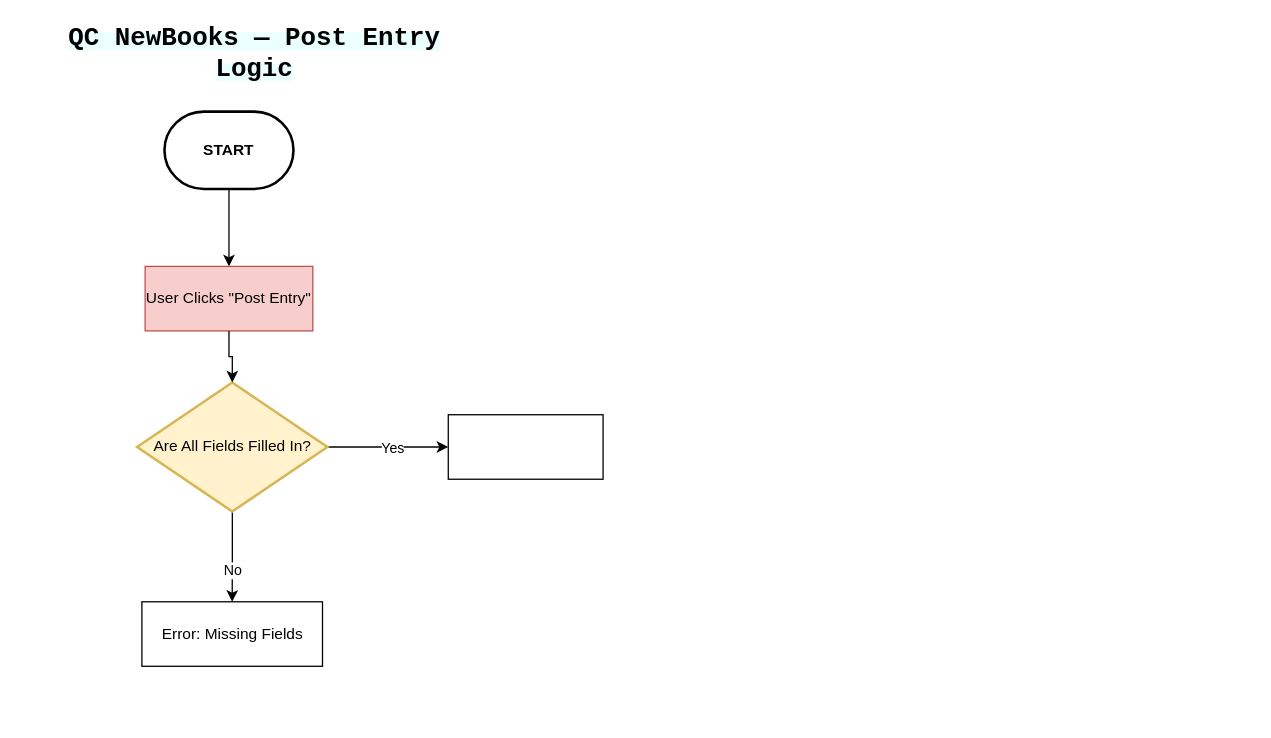
Sriaz0721/diagram-qc-new-books keeps this draw.io diagram as page "Part A — Flowchart." (1 of 2) of QC_NewBooks_Diagrams.drawio. Above is the earlier version. Source tidied: cells renumbered, new cells numbered last; positions are measured from the earlier drawing's top-left corner, leaving out a move shared by most shapes. Both pictures are drawn from the tidied source at 129%, with x=0, y=0 at pixel (22, 34).
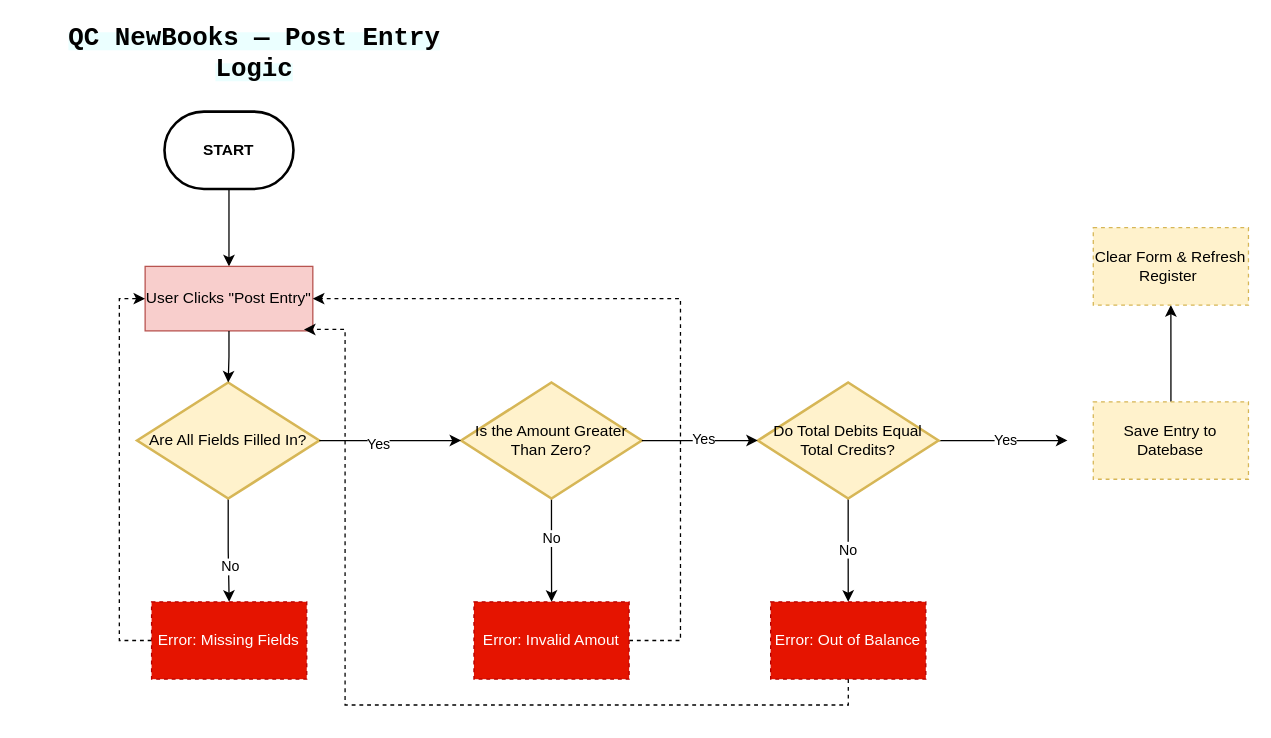
The same page after the edit.

The change refers to these unchanged cells:
```xml
<mxCell id="5" value="User Clicks &quot;Post Entry&quot;" style="html=1;dashed=0;whiteSpace=wrap;fillColor=#f8cecc;strokeColor=#b85450;" parent="1" vertex="1">
  <mxGeometry x="95" y="180" width="130" height="50" as="geometry" />
</mxCell>
```

The edit, as a diff of the source:
```diff
@@
-    <mxCell id="6" style="edgeStyle=orthogonalEdgeStyle;rounded=0;jettySize=auto;html=1;entryX=0;entryY=0.5;entryDx=0;entryDy=0;" parent="1" edge="1" source="10" target="13">
-      <mxGeometry relative="1" as="geometry" />
-    </mxCell>
-    <mxCell id="7" value="Yes" style="edgeLabel;html=1;align=center;verticalAlign=middle;" parent="6" vertex="1">
-      <mxGeometry x="0.06" relative="1" as="geometry" />
-    </mxCell>
@@
     <mxCell id="10" value="Are All Fields Filled In?" style="strokeWidth=2;html=1;shape=mxgraph.flowchart.decision;whiteSpace=wrap;fillColor=#fff2cc;strokeColor=#d6b656;" parent="1" vertex="1">
-      <mxGeometry x="88.8" y="270" width="147.5" height="100" as="geometry" />
+      <mxGeometry x="88.8" y="270" width="141.2" height="90" as="geometry" />
     </mxCell>
@@
+    <mxCell id="14" style="edgeStyle=orthogonalEdgeStyle;rounded=0;jettySize=auto;html=1;entryX=0;entryY=0.5;entryDx=0;entryDy=0;dashed=1;" parent="1" edge="1" source="12" target="5">
+      <mxGeometry relative="1" as="geometry">
+        <Array as="points">
+          <mxPoint x="75" y="470" />
+          <mxPoint x="75" y="205" />
+        </Array>
+      </mxGeometry>
+    </mxCell>
-    <mxCell id="12" value="Error: Missing Fields" style="html=1;dashed=0;whiteSpace=wrap;" parent="1" vertex="1">
-      <mxGeometry x="92.5" y="440" width="140" height="50" as="geometry" />
+    <mxCell id="12" value="Error: Missing Fields" style="html=1;dashed=1;whiteSpace=wrap;fillStyle=auto;fillColor=#e51400;strokeColor=#B20000;fontColor=#ffffff;" parent="1" vertex="1">
+      <mxGeometry x="100" y="440" width="120.3" height="60" as="geometry" />
     </mxCell>
-    <mxCell id="13" style="html=1;dashed=0;whiteSpace=wrap;" parent="1" vertex="1">
-      <mxGeometry x="330" y="295" width="120" height="50" as="geometry" />
-    </mxCell>
+    <mxCell id="15" style="edgeStyle=orthogonalEdgeStyle;rounded=0;jettySize=auto;html=1;" parent="1" edge="1" source="17" target="21">
+      <mxGeometry relative="1" as="geometry" />
+    </mxCell>
+    <mxCell id="16" value="No" style="edgeLabel;html=1;align=center;verticalAlign=middle;" parent="15" vertex="1">
+      <mxGeometry x="-0.25" y="-1" relative="1" as="geometry" />
+    </mxCell>
+    <mxCell id="17" value="Is the Amount Greater Than Zero?" style="strokeWidth=2;html=1;shape=mxgraph.flowchart.decision;whiteSpace=wrap;fillColor=#fff2cc;strokeColor=#d6b656;" parent="1" vertex="1">
+      <mxGeometry x="340" y="270" width="140" height="90" as="geometry" />
+    </mxCell>
+    <mxCell id="18" style="edgeStyle=orthogonalEdgeStyle;rounded=0;jettySize=auto;html=1;exitX=1;exitY=0.5;exitDx=0;exitDy=0;exitPerimeter=0;entryX=0;entryY=0.5;entryDx=0;entryDy=0;entryPerimeter=0;" parent="1" edge="1" source="10" target="17">
+      <mxGeometry relative="1" as="geometry" />
+    </mxCell>
+    <mxCell id="19" value="Yes" style="edgeLabel;html=1;align=center;verticalAlign=middle;" parent="18" vertex="1">
+      <mxGeometry x="-0.18" y="-2" relative="1" as="geometry" />
+    </mxCell>
+    <mxCell id="20" style="edgeStyle=orthogonalEdgeStyle;rounded=0;jettySize=auto;html=1;entryX=1;entryY=0.5;entryDx=0;entryDy=0;dashed=1;" parent="1" edge="1" source="21" target="5">
+      <mxGeometry relative="1" as="geometry">
+        <Array as="points">
+          <mxPoint x="510" y="470" />
+          <mxPoint x="510" y="205" />
+        </Array>
+      </mxGeometry>
+    </mxCell>
+    <mxCell id="21" value="Error: Invalid Amout" style="html=1;dashed=1;whiteSpace=wrap;fillStyle=auto;fillColor=#e51400;strokeColor=#B20000;fontColor=#ffffff;" parent="1" vertex="1">
+      <mxGeometry x="349.9" y="440" width="120.3" height="60" as="geometry" />
+    </mxCell>
+    <mxCell id="22" style="edgeStyle=orthogonalEdgeStyle;rounded=0;jettySize=auto;html=1;" parent="1" edge="1" source="25">
+      <mxGeometry relative="1" as="geometry">
+        <mxPoint x="810" y="315" as="targetPoint" />
+      </mxGeometry>
+    </mxCell>
+    <mxCell id="23" value="Yes" style="edgeLabel;html=1;align=center;verticalAlign=middle;" parent="22" vertex="1">
+      <mxGeometry x="0.03" y="1" relative="1" as="geometry" />
+    </mxCell>
+    <mxCell id="24" value="No" style="edgeStyle=orthogonalEdgeStyle;rounded=0;jettySize=auto;html=1;entryX=0.5;entryY=0;entryDx=0;entryDy=0;" parent="1" edge="1" source="25" target="28">
+      <mxGeometry relative="1" as="geometry" />
+    </mxCell>
+    <mxCell id="25" value="Do Total Debits Equal Total Credits?" style="strokeWidth=2;html=1;shape=mxgraph.flowchart.decision;whiteSpace=wrap;fillColor=#fff2cc;strokeColor=#d6b656;" parent="1" vertex="1">
+      <mxGeometry x="570" y="270" width="140" height="90" as="geometry" />
+    </mxCell>
+    <mxCell id="26" style="edgeStyle=orthogonalEdgeStyle;rounded=0;jettySize=auto;html=1;entryX=0;entryY=0.5;entryDx=0;entryDy=0;entryPerimeter=0;" parent="1" edge="1" source="17" target="25">
+      <mxGeometry relative="1" as="geometry" />
+    </mxCell>
+    <mxCell id="27" value="Yes" style="edgeLabel;html=1;align=center;verticalAlign=middle;" parent="26" vertex="1">
+      <mxGeometry x="0.04" y="2" relative="1" as="geometry" />
+    </mxCell>
+    <mxCell id="28" value="Error: Out of Balance" style="html=1;dashed=1;whiteSpace=wrap;fillStyle=auto;fillColor=#e51400;strokeColor=#B20000;fontColor=#ffffff;" parent="1" vertex="1">
+      <mxGeometry x="579.9" y="440" width="120.3" height="60" as="geometry" />
+    </mxCell>
+    <mxCell id="29" style="edgeStyle=orthogonalEdgeStyle;rounded=0;jettySize=auto;html=1;entryX=0.947;entryY=0.978;entryDx=0;entryDy=0;entryPerimeter=0;dashed=1;" parent="1" edge="1" source="28" target="5">
+      <mxGeometry relative="1" as="geometry">
+        <Array as="points">
+          <mxPoint x="640" y="520" />
+          <mxPoint x="250" y="520" />
+          <mxPoint x="250" y="229" />
+        </Array>
+      </mxGeometry>
+    </mxCell>
+    <mxCell id="30" style="edgeStyle=orthogonalEdgeStyle;rounded=0;jettySize=auto;html=1;entryX=0.5;entryY=1;entryDx=0;entryDy=0;" parent="1" edge="1" source="31" target="32">
+      <mxGeometry relative="1" as="geometry" />
+    </mxCell>
+    <mxCell id="31" value="Save Entry to Datebase" style="html=1;dashed=1;whiteSpace=wrap;fillStyle=auto;fillColor=#fff2cc;strokeColor=#d6b656;" parent="1" vertex="1">
+      <mxGeometry x="830" y="285" width="120.3" height="60" as="geometry" />
+    </mxCell>
+    <mxCell id="32" value="Clear Form &amp;amp; Refresh Register&amp;nbsp;" style="html=1;dashed=1;whiteSpace=wrap;fillStyle=auto;fillColor=#fff2cc;strokeColor=#d6b656;" parent="1" vertex="1">
+      <mxGeometry x="830" y="150" width="120.3" height="60" as="geometry" />
+    </mxCell>
```
